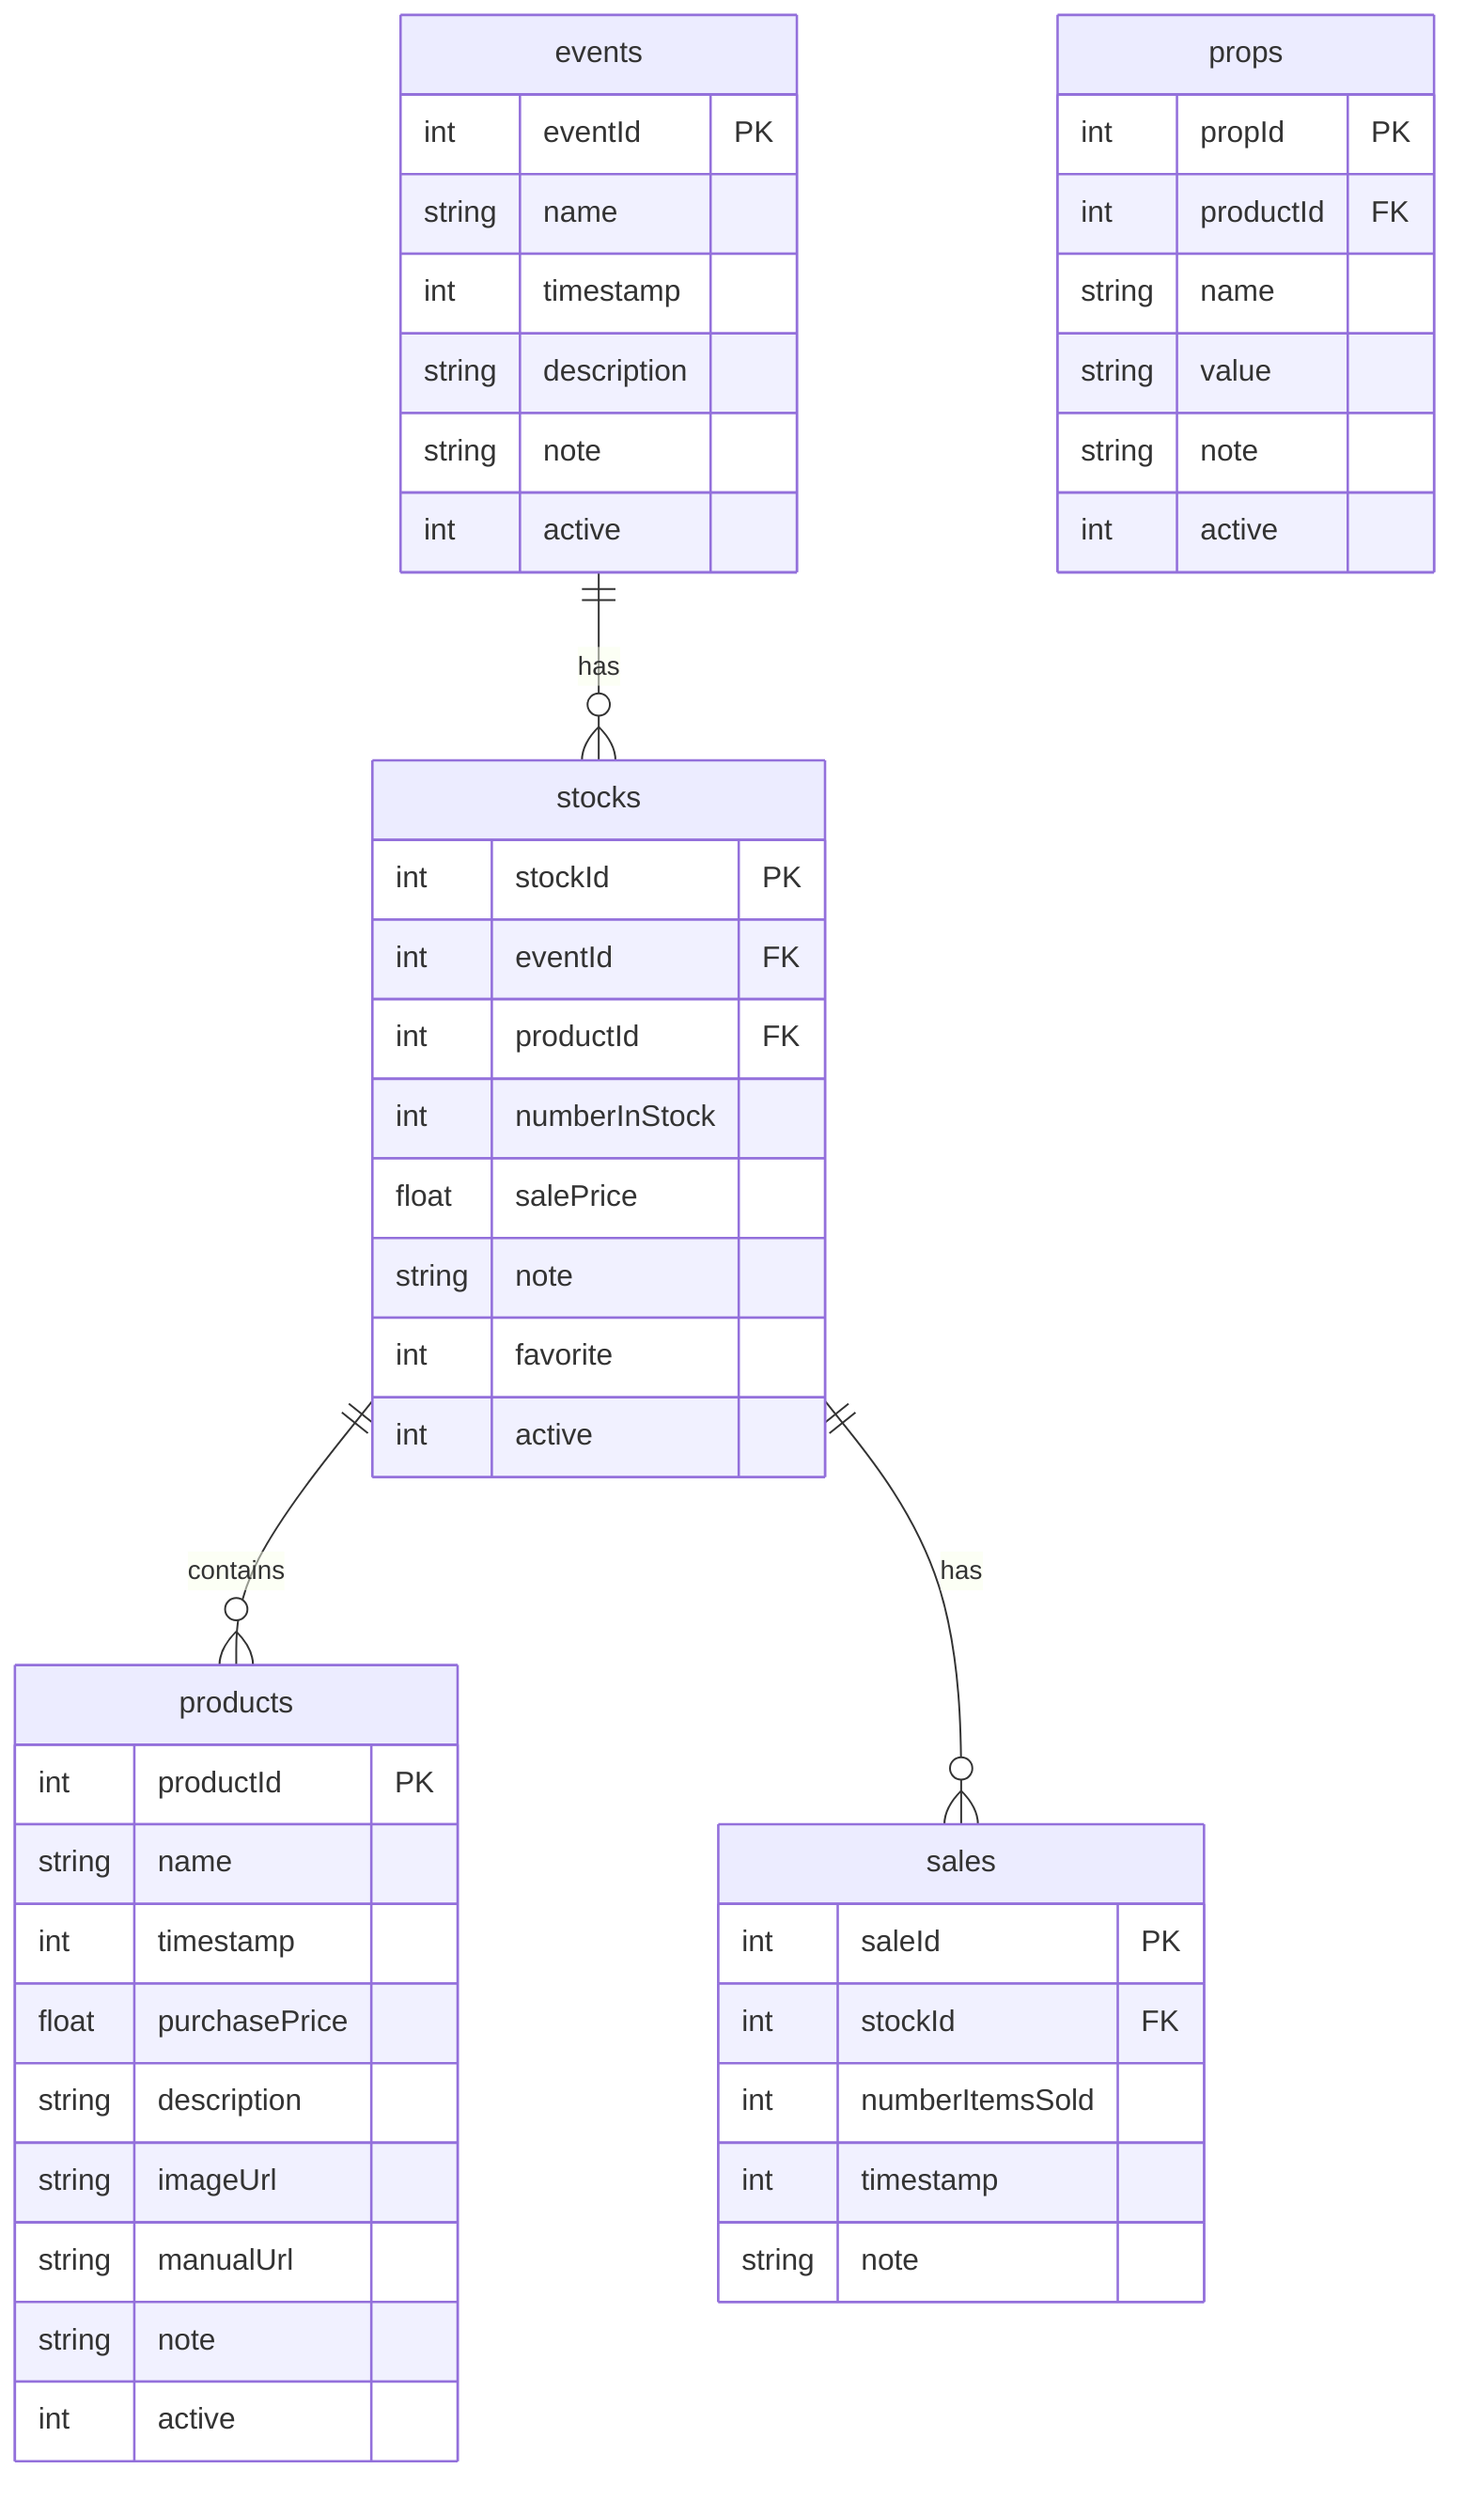
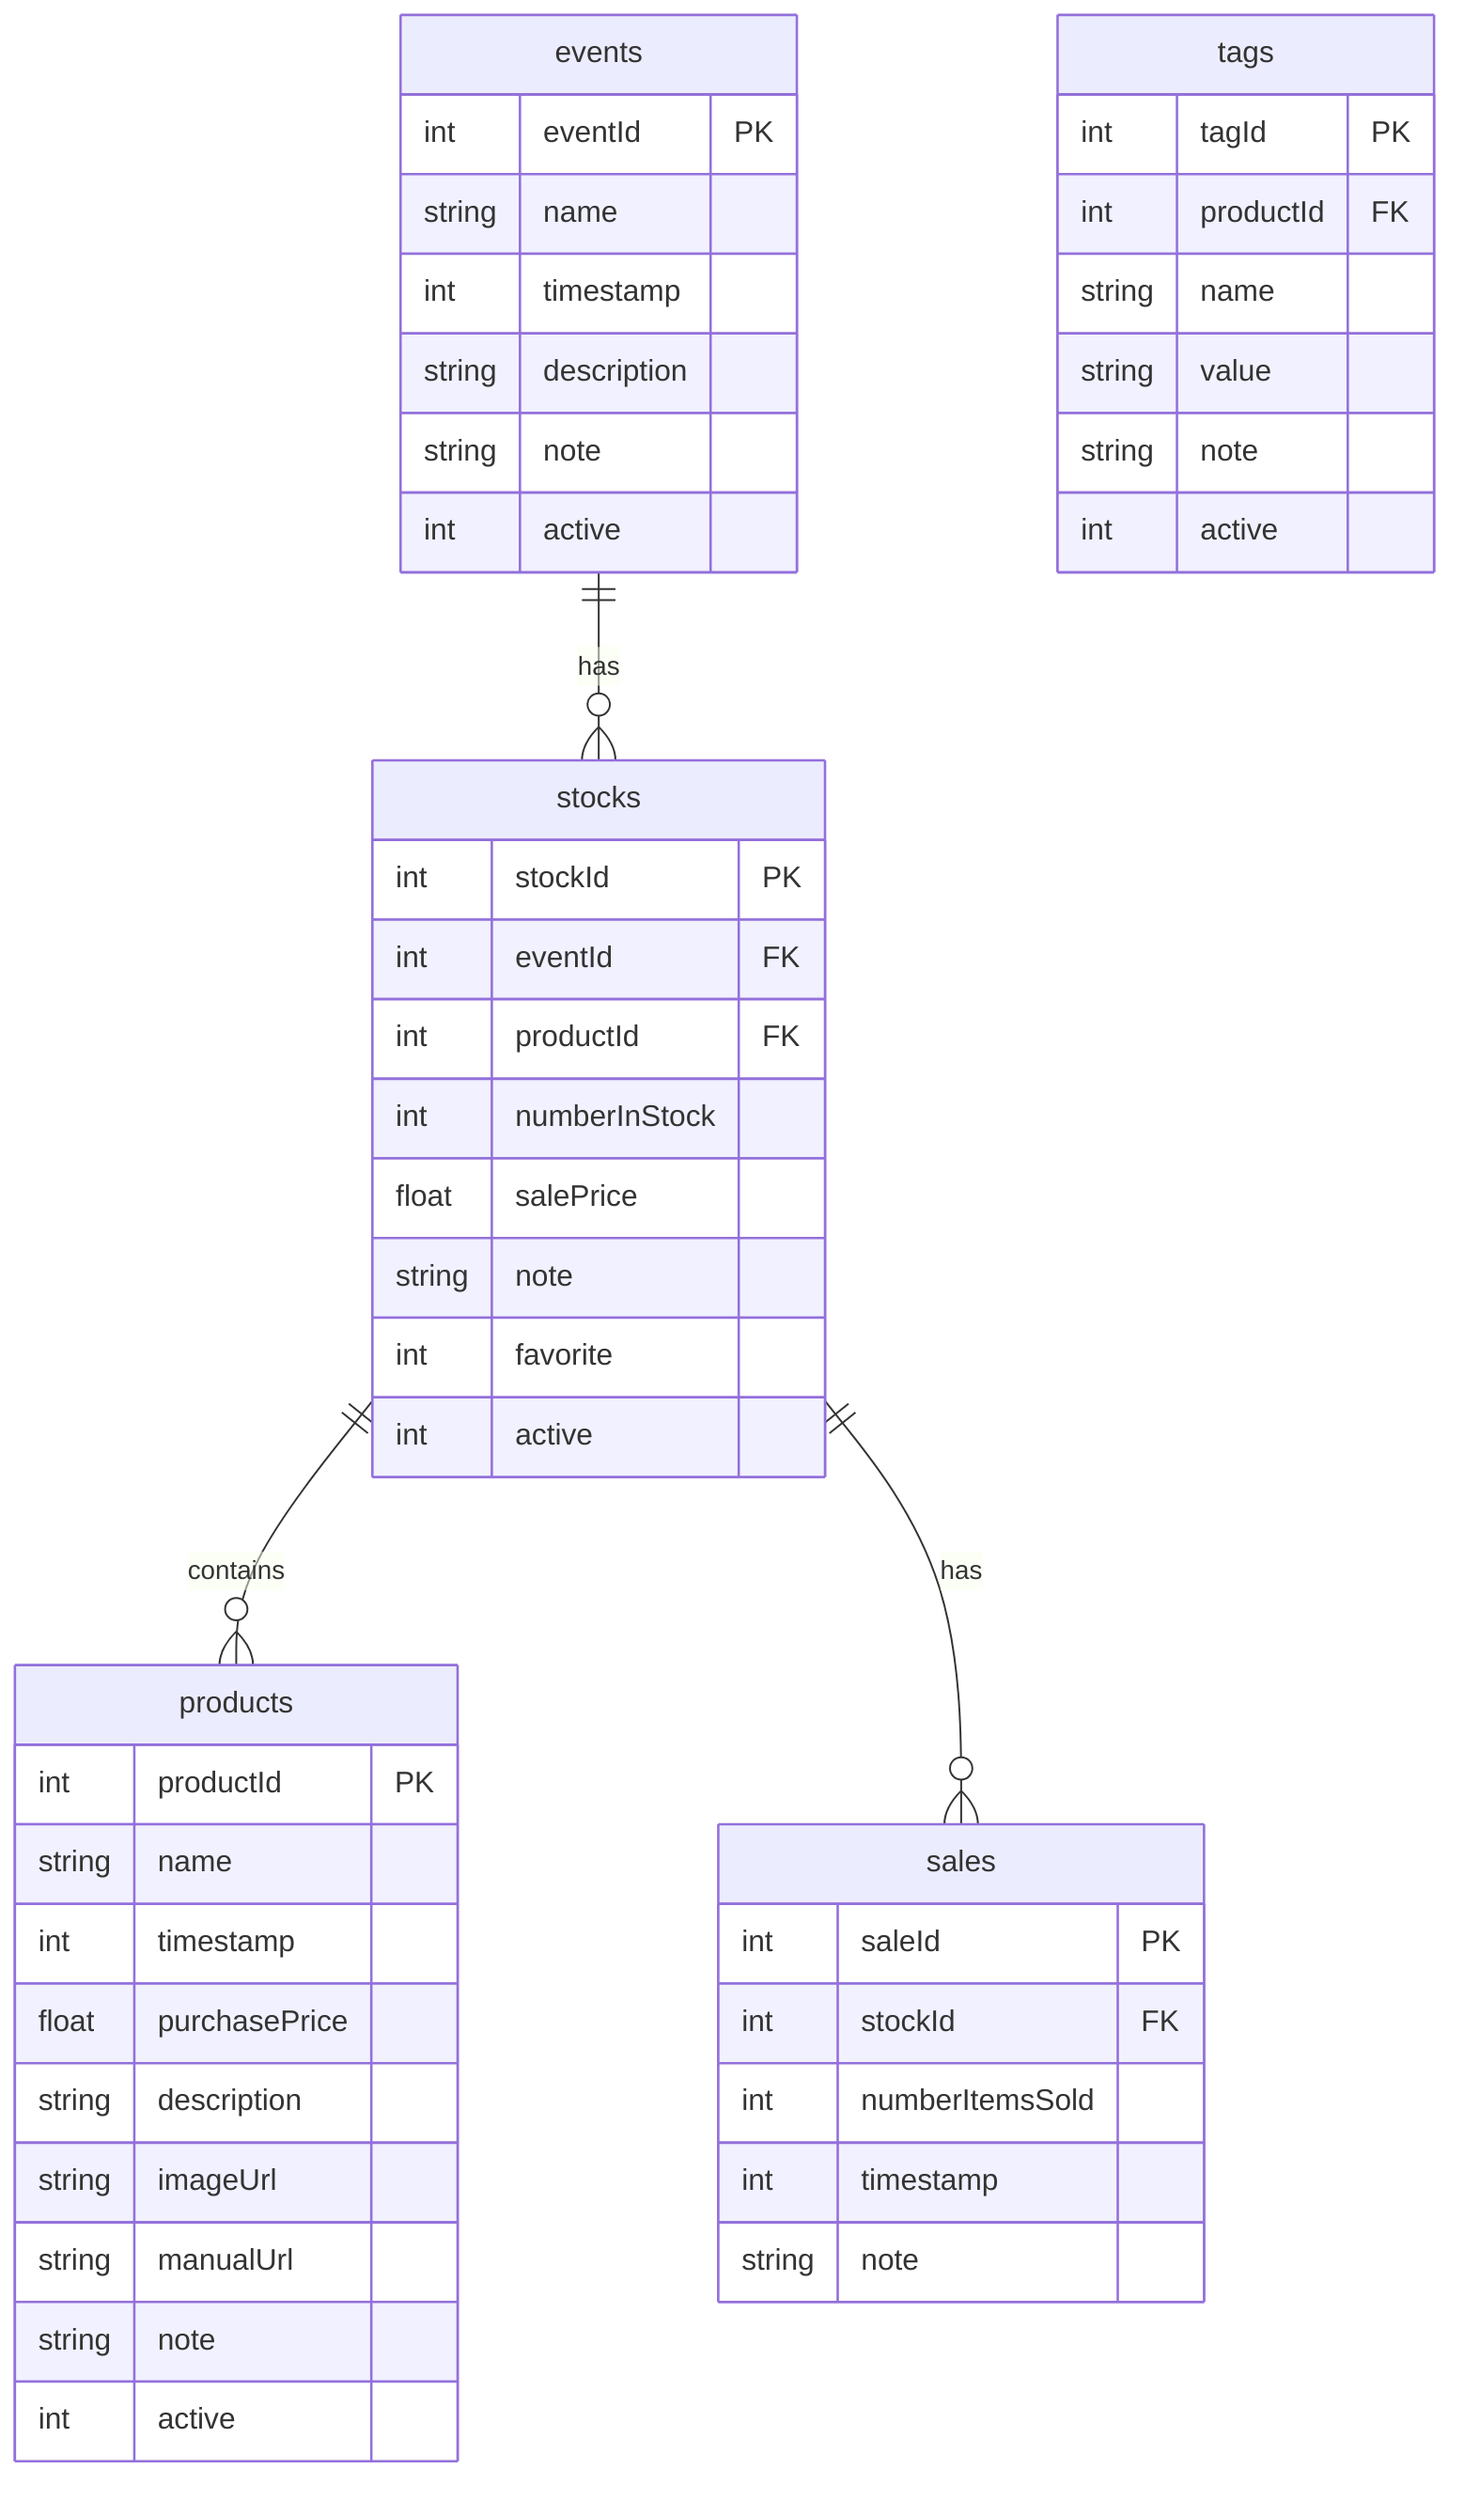
erDiagram
     stocks ||--o{ products : contains
     events ||--o{ stocks : has
     stocks ||--o{ sales : has

     events {
         int eventId PK
         string name
         int timestamp
         string description
         string note
         int active
     }

     products {
         int productId PK
         string name
         int timestamp
         float purchasePrice
         string description
         string imageUrl
         string manualUrl
         string note
         int active
     }

     stocks {
         int stockId PK
         int eventId FK
         int productId FK
         int numberInStock
         float salePrice
         string note
         int favorite
         int active
     }

     sales {
         int saleId PK
         int stockId FK
         int numberItemsSold
         int timestamp
         string note
     }

-      props {
-          int propId PK
+      tags {
+          int tagId PK
         int productId FK
         string name
         string value
         string note
         int active
     }